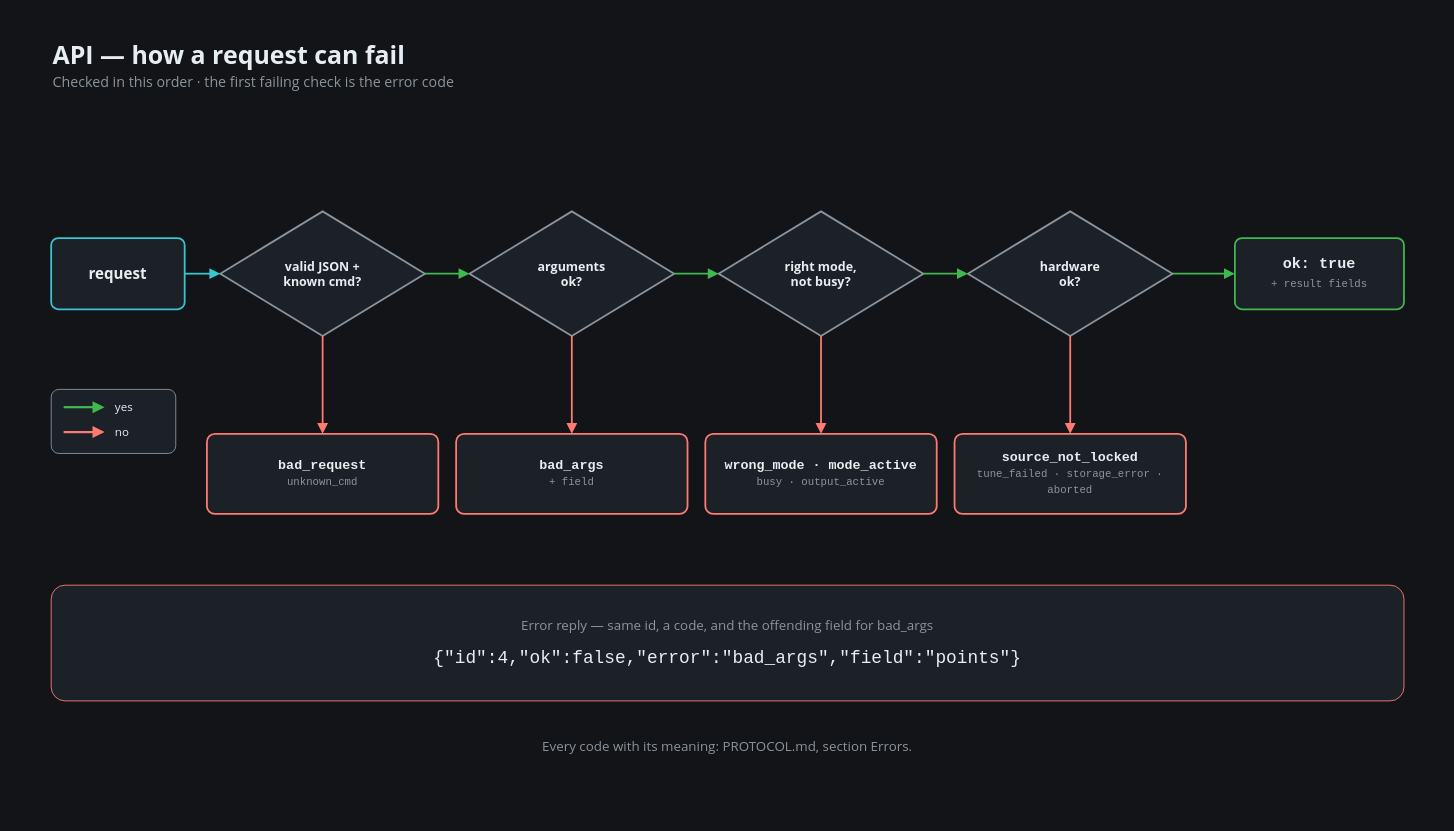
Earlier version of the draw.io diagram Software/docs/presentation/diagrams/api-04-errors.drawio (ml3rc/SNA). Source tidied: cells renumbered, new cells numbered last; positions are measured from the earlier drawing's top-left corner, leaving out a move shared by most shapes. Both pictures are drawn from the tidied source at 89%, with x=0, y=0 at pixel (15, 15).
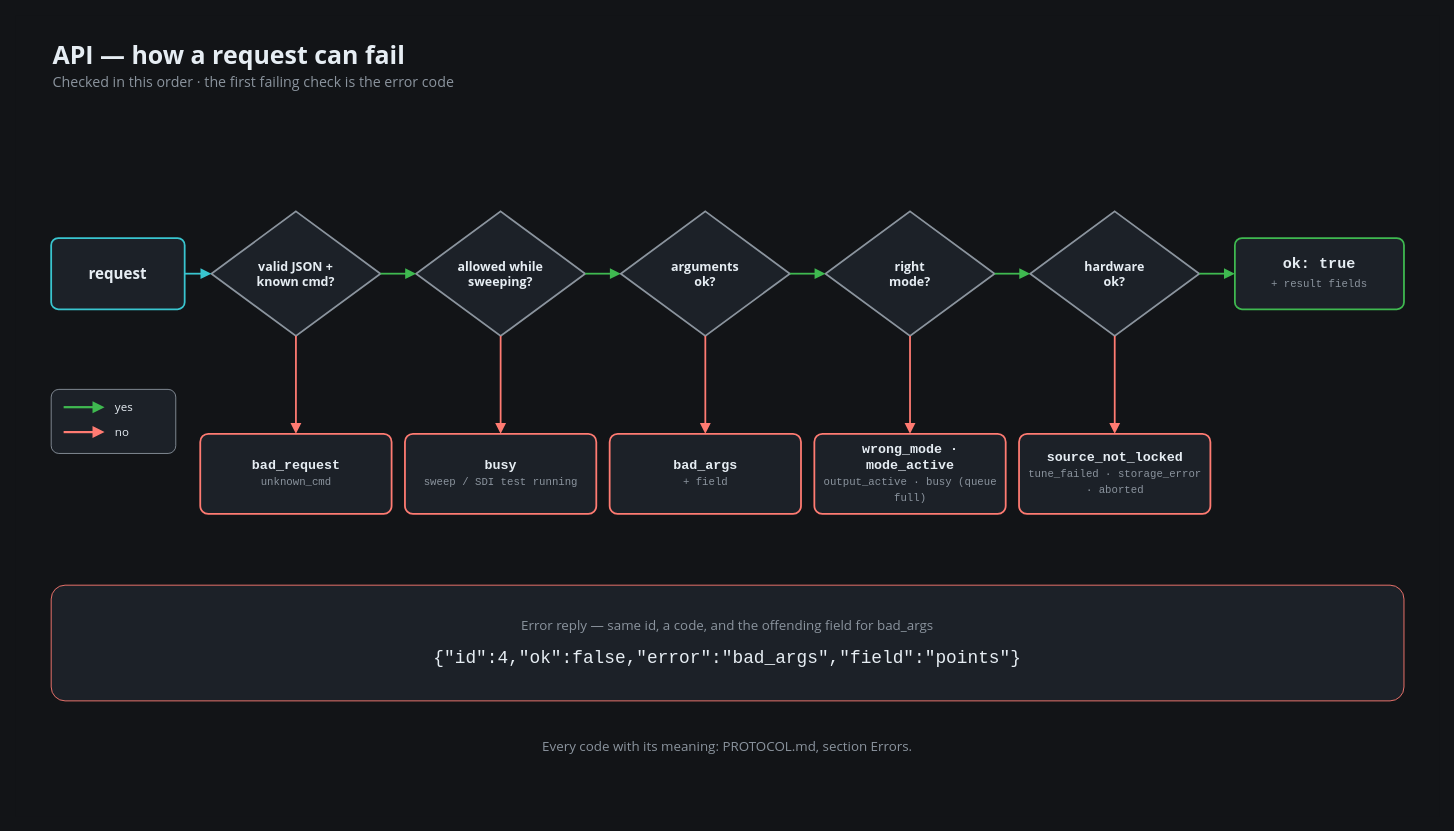
The same diagram, later.

Change to the diagram source:
```diff
@@
     <mxCell id="6" value="valid JSON +&lt;br&gt;known cmd?" style="rhombus;whiteSpace=wrap;html=1;fillColor=#1C2128;strokeColor=#8B949E;strokeWidth=2;fontColor=#E6EDF3;fontFamily=Segoe UI;fontSize=14;fontStyle=1;" parent="1" vertex="1">
-      <mxGeometry x="230" y="220" width="230" height="140" as="geometry" />
+      <mxGeometry x="220" y="220" width="190" height="140" as="geometry" />
     </mxCell>
@@
     <mxCell id="8" value="&lt;b&gt;bad_request&lt;/b&gt;&lt;br&gt;&lt;span style=&quot;font-size:12px;color:#8B949E&quot;&gt;unknown_cmd&lt;/span&gt;" style="rounded=1;arcSize=10;whiteSpace=wrap;html=1;fillColor=#1C2128;strokeColor=#FF7B72;strokeWidth=2;fontColor=#E6EDF3;fontFamily=Consolas;fontSize=15;align=center;verticalAlign=middle;spacing=6;" parent="1" vertex="1">
-      <mxGeometry x="215" y="470" width="260" height="90" as="geometry" />
+      <mxGeometry x="207.5" y="470" width="215" height="90" as="geometry" />
     </mxCell>
@@
+    <mxCell id="31" value="allowed while&lt;br&gt;sweeping?" style="rhombus;whiteSpace=wrap;html=1;fillColor=#1C2128;strokeColor=#8B949E;strokeWidth=2;fontColor=#E6EDF3;fontFamily=Segoe UI;fontSize=14;fontStyle=1;" parent="1" vertex="1">
+      <mxGeometry x="450" y="220" width="190" height="140" as="geometry" />
+    </mxCell>
+    <mxCell id="32" value="&lt;b&gt;busy&lt;/b&gt;&lt;br&gt;&lt;span style=&quot;font-size:12px;color:#8B949E&quot;&gt;sweep / SDI test running&lt;/span&gt;" style="rounded=1;arcSize=10;whiteSpace=wrap;html=1;fillColor=#1C2128;strokeColor=#FF7B72;strokeWidth=2;fontColor=#E6EDF3;fontFamily=Consolas;fontSize=15;align=center;verticalAlign=middle;spacing=6;" parent="1" vertex="1">
+      <mxGeometry x="437.5" y="470" width="215" height="90" as="geometry" />
+    </mxCell>
+    <mxCell id="33" style="edgeStyle=orthogonalEdgeStyle;rounded=1;arcSize=16;html=1;strokeColor=#FF7B72;strokeWidth=2;endArrow=block;endFill=1;startArrow=none;startFill=1;endSize=7;startSize=7;fontColor=#FF7B72;fontFamily=Segoe UI;fontSize=12;fontStyle=1;labelBackgroundColor=#121417;jumpStyle=arc;jumpSize=10;exitX=0.5;exitY=1;exitDx=0;exitDy=0;entryX=0.5;entryY=0;entryDx=0;entryDy=0;" parent="1" edge="1" source="31" target="32">
+      <mxGeometry relative="1" as="geometry" />
+    </mxCell>
+    <mxCell id="34" style="edgeStyle=orthogonalEdgeStyle;rounded=1;arcSize=16;html=1;strokeColor=#3FB950;strokeWidth=2;endArrow=block;endFill=1;startArrow=none;startFill=1;endSize=7;startSize=7;fontColor=#3FB950;fontFamily=Segoe UI;fontSize=12;fontStyle=1;labelBackgroundColor=#121417;jumpStyle=arc;jumpSize=10;" parent="1" edge="1" source="31" target="10">
+      <mxGeometry relative="1" as="geometry" />
+    </mxCell>
     <mxCell id="10" value="arguments&lt;br&gt;ok?" style="rhombus;whiteSpace=wrap;html=1;fillColor=#1C2128;strokeColor=#8B949E;strokeWidth=2;fontColor=#E6EDF3;fontFamily=Segoe UI;fontSize=14;fontStyle=1;" parent="1" vertex="1">
-      <mxGeometry x="510" y="220" width="230" height="140" as="geometry" />
+      <mxGeometry x="680" y="220" width="190" height="140" as="geometry" />
     </mxCell>
-    <mxCell id="11" style="edgeStyle=orthogonalEdgeStyle;rounded=1;arcSize=16;html=1;strokeColor=#3FB950;strokeWidth=2;endArrow=block;endFill=1;startArrow=none;startFill=1;endSize=7;startSize=7;fontColor=#3FB950;fontFamily=Segoe UI;fontSize=12;fontStyle=1;labelBackgroundColor=#121417;jumpStyle=arc;jumpSize=10;" parent="1" edge="1" source="6" target="10">
+    <mxCell id="11" style="edgeStyle=orthogonalEdgeStyle;rounded=1;arcSize=16;html=1;strokeColor=#3FB950;strokeWidth=2;endArrow=block;endFill=1;startArrow=none;startFill=1;endSize=7;startSize=7;fontColor=#3FB950;fontFamily=Segoe UI;fontSize=12;fontStyle=1;labelBackgroundColor=#121417;jumpStyle=arc;jumpSize=10;" parent="1" edge="1" source="6" target="31">
       <mxGeometry relative="1" as="geometry" />
     </mxCell>
     <mxCell id="12" value="&lt;b&gt;bad_args&lt;/b&gt;&lt;br&gt;&lt;span style=&quot;font-size:12px;color:#8B949E&quot;&gt;+ field&lt;/span&gt;" style="rounded=1;arcSize=10;whiteSpace=wrap;html=1;fillColor=#1C2128;strokeColor=#FF7B72;strokeWidth=2;fontColor=#E6EDF3;fontFamily=Consolas;fontSize=15;align=center;verticalAlign=middle;spacing=6;" parent="1" vertex="1">
-      <mxGeometry x="495" y="470" width="260" height="90" as="geometry" />
+      <mxGeometry x="667.5" y="470" width="215" height="90" as="geometry" />
     </mxCell>
@@
-    <mxCell id="14" value="right mode,&lt;br&gt;not busy?" style="rhombus;whiteSpace=wrap;html=1;fillColor=#1C2128;strokeColor=#8B949E;strokeWidth=2;fontColor=#E6EDF3;fontFamily=Segoe UI;fontSize=14;fontStyle=1;" parent="1" vertex="1">
-      <mxGeometry x="790" y="220" width="230" height="140" as="geometry" />
+    <mxCell id="14" value="right&lt;br&gt;mode?" style="rhombus;whiteSpace=wrap;html=1;fillColor=#1C2128;strokeColor=#8B949E;strokeWidth=2;fontColor=#E6EDF3;fontFamily=Segoe UI;fontSize=14;fontStyle=1;" parent="1" vertex="1">
+      <mxGeometry x="910" y="220" width="190" height="140" as="geometry" />
     </mxCell>
@@
-    <mxCell id="16" value="&lt;b&gt;wrong_mode · mode_active&lt;/b&gt;&lt;br&gt;&lt;span style=&quot;font-size:12px;color:#8B949E&quot;&gt;busy · output_active&lt;/span&gt;" style="rounded=1;arcSize=10;whiteSpace=wrap;html=1;fillColor=#1C2128;strokeColor=#FF7B72;strokeWidth=2;fontColor=#E6EDF3;fontFamily=Consolas;fontSize=15;align=center;verticalAlign=middle;spacing=6;" parent="1" vertex="1">
-      <mxGeometry x="775" y="470" width="260" height="90" as="geometry" />
+    <mxCell id="16" value="&lt;b&gt;wrong_mode · mode_active&lt;/b&gt;&lt;br&gt;&lt;span style=&quot;font-size:12px;color:#8B949E&quot;&gt;output_active · busy (queue full)&lt;/span&gt;" style="rounded=1;arcSize=10;whiteSpace=wrap;html=1;fillColor=#1C2128;strokeColor=#FF7B72;strokeWidth=2;fontColor=#E6EDF3;fontFamily=Consolas;fontSize=15;align=center;verticalAlign=middle;spacing=6;" parent="1" vertex="1">
+      <mxGeometry x="897.5" y="470" width="215" height="90" as="geometry" />
     </mxCell>
@@
     <mxCell id="18" value="hardware&lt;br&gt;ok?" style="rhombus;whiteSpace=wrap;html=1;fillColor=#1C2128;strokeColor=#8B949E;strokeWidth=2;fontColor=#E6EDF3;fontFamily=Segoe UI;fontSize=14;fontStyle=1;" parent="1" vertex="1">
-      <mxGeometry x="1070" y="220" width="230" height="140" as="geometry" />
+      <mxGeometry x="1140" y="220" width="190" height="140" as="geometry" />
     </mxCell>
@@
     <mxCell id="20" value="&lt;b&gt;source_not_locked&lt;/b&gt;&lt;br&gt;&lt;span style=&quot;font-size:12px;color:#8B949E&quot;&gt;tune_failed · storage_error · aborted&lt;/span&gt;" style="rounded=1;arcSize=10;whiteSpace=wrap;html=1;fillColor=#1C2128;strokeColor=#FF7B72;strokeWidth=2;fontColor=#E6EDF3;fontFamily=Consolas;fontSize=15;align=center;verticalAlign=middle;spacing=6;" parent="1" vertex="1">
-      <mxGeometry x="1055" y="470" width="260" height="90" as="geometry" />
+      <mxGeometry x="1127.5" y="470" width="215" height="90" as="geometry" />
     </mxCell>
```
